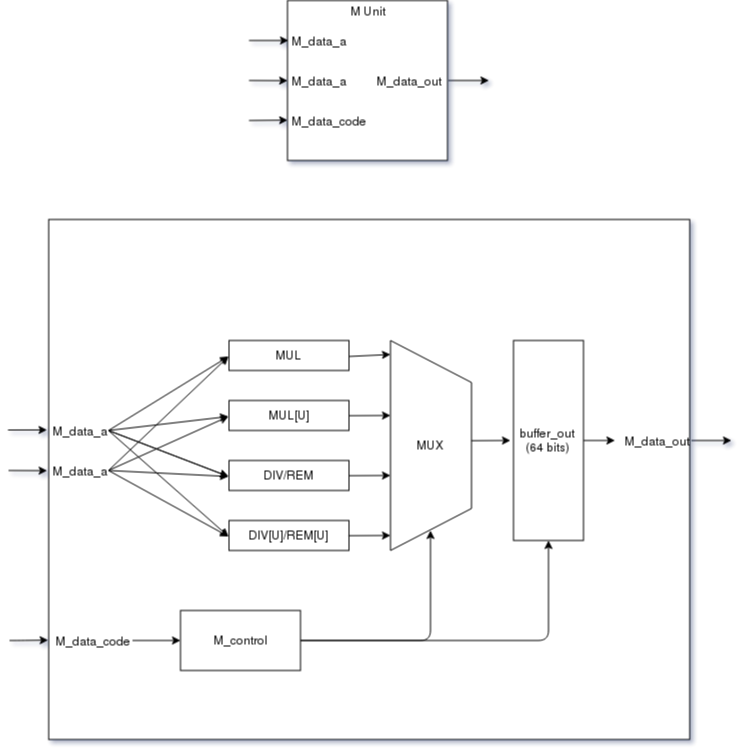
The draw.io diagram M/img/M_unit.png in xtarke/riscv-multicycle, before a commit. Source tidied: cells renumbered, new cells last; positions are measured from the earlier drawing's top-left corner, leaving out a move shared by most shapes.
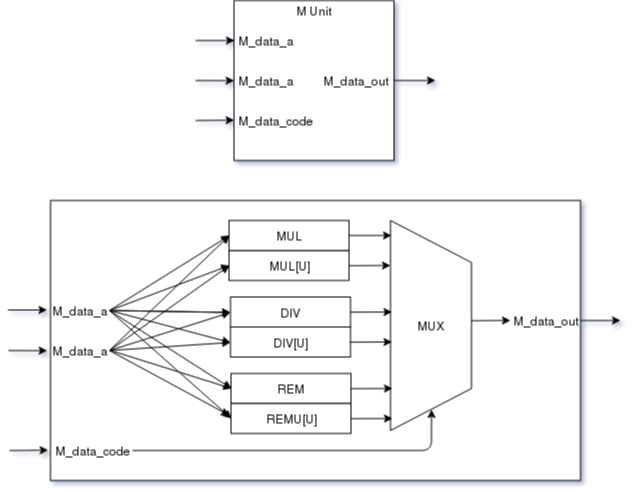
Above is the later version.

The edit, as a diff of the source:
```diff
@@ -3,7 +3,7 @@
     <mxCell id="0" />
     <mxCell id="1" parent="0" />
     <mxCell id="2" style="rounded=0;whiteSpace=wrap;html=1;" parent="1" vertex="1">
-      <mxGeometry x="40.2" y="219" width="641" height="520" as="geometry" />
+      <mxGeometry x="95.5" y="200" width="530" height="280" as="geometry" />
     </mxCell>
     <mxCell id="3" style="whiteSpace=wrap;html=1;" parent="1" vertex="1">
       <mxGeometry x="279" width="160" height="160" as="geometry" />
@@ -45,161 +45,171 @@
         <mxPoint x="480.5" y="80" as="targetPoint" />
       </mxGeometry>
     </mxCell>
-    <mxCell id="13" style="endArrow=classic;html=1;" parent="1" edge="1">
-      <mxGeometry relative="1" as="geometry">
-        <mxPoint x="566.5" y="440" as="sourcePoint" />
-        <mxPoint x="606.5" y="440" as="targetPoint" />
-        <Array as="points">
-          <mxPoint x="566.5" y="440" />
-        </Array>
-      </mxGeometry>
+    <mxCell id="13" value="M_data_code" style="text;html=1;strokeColor=none;fillColor=none;align=center;verticalAlign=middle;whiteSpace=wrap;rounded=0;direction=west;" parent="1" vertex="1">
+      <mxGeometry x="95.5" y="440" width="82" height="20" as="geometry" />
     </mxCell>
-    <mxCell id="14" value="M_data_code" style="text;html=1;strokeColor=none;fillColor=none;align=center;verticalAlign=middle;whiteSpace=wrap;rounded=0;direction=west;" parent="1" vertex="1">
-      <mxGeometry x="42" y="630" width="82" height="20" as="geometry" />
+    <mxCell id="14" style="endArrow=classic;html=1;entryX=-0.002;entryY=0.198;entryDx=0;entryDy=0;entryPerimeter=0;" parent="1" edge="1">
+      <mxGeometry relative="1" as="geometry">
+        <mxPoint x="54.5" y="450" as="sourcePoint" />
+        <mxPoint x="93.2" y="449.7" as="targetPoint" />
+        <Array as="points">
+          <mxPoint x="64.5" y="450" />
+        </Array>
+      </mxGeometry>
     </mxCell>
-    <mxCell id="15" style="endArrow=classic;html=1;entryX=-0.002;entryY=0.198;entryDx=0;entryDy=0;entryPerimeter=0;" parent="1" edge="1">
-      <mxGeometry relative="1" as="geometry">
-        <mxPoint x="1" y="640" as="sourcePoint" />
-        <mxPoint x="39.7" y="639.7" as="targetPoint" />
-        <Array as="points">
-          <mxPoint x="11" y="640" />
-        </Array>
-      </mxGeometry>
+    <mxCell id="15" value="M_data_out" style="text;html=1;strokeColor=none;fillColor=none;align=center;verticalAlign=middle;whiteSpace=wrap;rounded=0;" parent="1" vertex="1">
+      <mxGeometry x="554.5" y="310" width="70" height="20" as="geometry" />
     </mxCell>
-    <mxCell id="16" value="M_data_out" style="text;html=1;strokeColor=none;fillColor=none;align=center;verticalAlign=middle;whiteSpace=wrap;rounded=0;" parent="1" vertex="1">
-      <mxGeometry x="612" y="430" width="70" height="20" as="geometry" />
+    <mxCell id="16" style="endArrow=classic;html=1;exitX=1;exitY=0.5;exitDx=0;exitDy=0;" parent="1" edge="1">
+      <mxGeometry relative="1" as="geometry">
+        <mxPoint x="625.5" y="320" as="sourcePoint" />
+        <mxPoint x="665.5" y="320" as="targetPoint" />
+      </mxGeometry>
     </mxCell>
-    <mxCell id="17" style="endArrow=classic;html=1;exitX=1;exitY=0.5;exitDx=0;exitDy=0;" parent="1" edge="1">
+    <mxCell id="17" style="endArrow=classic;html=1;entryX=0;entryY=0.25;entryDx=0;entryDy=0;" parent="1" edge="1">
       <mxGeometry relative="1" as="geometry">
-        <mxPoint x="683" y="440" as="sourcePoint" />
-        <mxPoint x="723" y="440" as="targetPoint" />
+        <mxPoint x="53" y="309.5" as="sourcePoint" />
+        <mxPoint x="92.1" y="309.4" as="targetPoint" />
       </mxGeometry>
     </mxCell>
-    <mxCell id="18" style="endArrow=classic;html=1;entryX=0;entryY=0.25;entryDx=0;entryDy=0;" parent="1" edge="1">
+    <mxCell id="18" style="endArrow=classic;html=1;entryX=-0.002;entryY=0.198;entryDx=0;entryDy=0;entryPerimeter=0;" parent="1" edge="1">
       <mxGeometry relative="1" as="geometry">
-        <mxPoint x="-0.5" y="429.5" as="sourcePoint" />
-        <mxPoint x="38.6" y="429.4" as="targetPoint" />
+        <mxPoint x="53.5" y="350" as="sourcePoint" />
+        <mxPoint x="92.2" y="350.2" as="targetPoint" />
       </mxGeometry>
     </mxCell>
-    <mxCell id="19" style="endArrow=classic;html=1;entryX=-0.002;entryY=0.198;entryDx=0;entryDy=0;entryPerimeter=0;" parent="1" edge="1">
-      <mxGeometry relative="1" as="geometry">
-        <mxPoint y="470" as="sourcePoint" />
-        <mxPoint x="38.7" y="470.2" as="targetPoint" />
-      </mxGeometry>
+    <mxCell id="19" value="M_data_a" style="text;html=1;strokeColor=none;fillColor=none;align=center;verticalAlign=middle;whiteSpace=wrap;rounded=0;" parent="1" vertex="1">
+      <mxGeometry x="92" y="300" width="62" height="20" as="geometry" />
     </mxCell>
     <mxCell id="20" value="M_data_a" style="text;html=1;strokeColor=none;fillColor=none;align=center;verticalAlign=middle;whiteSpace=wrap;rounded=0;" parent="1" vertex="1">
-      <mxGeometry x="38.5" y="420" width="62" height="20" as="geometry" />
+      <mxGeometry x="92" y="340" width="62" height="20" as="geometry" />
     </mxCell>
-    <mxCell id="21" value="M_data_a" style="text;html=1;strokeColor=none;fillColor=none;align=center;verticalAlign=middle;whiteSpace=wrap;rounded=0;" parent="1" vertex="1">
-      <mxGeometry x="38.5" y="460" width="62" height="20" as="geometry" />
+    <mxCell id="21" value="d" style="group;" parent="1" vertex="1">
+      <mxGeometry x="275.5" y="296.5" width="120" height="30" as="geometry" />
     </mxCell>
-    <mxCell id="22" value="M_control" style="rounded=0;whiteSpace=wrap;html=1;" parent="1" vertex="1">
-      <mxGeometry x="172" y="610" width="120" height="60" as="geometry" />
+    <mxCell id="22" value="DIV" style="rounded=0;whiteSpace=wrap;html=1;" parent="21" vertex="1">
+      <mxGeometry width="120" height="30" as="geometry" />
     </mxCell>
-    <mxCell id="23" style="group;" parent="1" vertex="1">
-      <mxGeometry x="505" y="340" width="96" height="200" as="geometry" />
+    <mxCell id="23" style="endArrow=classic;html=1;entryX=1;entryY=0.5;entryDx=0;entryDy=0;exitX=0;exitY=0.5;exitDx=0;exitDy=0;" parent="1" edge="1" source="13" target="28">
+      <mxGeometry relative="1" as="geometry">
+        <Array as="points">
+          <mxPoint x="325.5" y="450" />
+          <mxPoint x="476.5" y="450" />
+        </Array>
+      </mxGeometry>
     </mxCell>
-    <mxCell id="24" value="buffer_out (64 bits) " style="rounded=0;whiteSpace=wrap;html=1;" parent="23" vertex="1">
-      <mxGeometry width="70" height="200" as="geometry" />
+    <mxCell id="24" style="endArrow=classic;html=1;exitX=1;exitY=0.5;exitDx=0;exitDy=0;entryX=0;entryY=0.5;entryDx=0;entryDy=0;" parent="1" edge="1" source="19" target="34">
+      <mxGeometry relative="1" as="geometry" />
     </mxCell>
-    <mxCell id="25" value="d" style="group;" parent="1" vertex="1">
-      <mxGeometry x="220.5" y="460" width="120" height="30" as="geometry" />
+    <mxCell id="25" style="endArrow=classic;html=1;entryX=0;entryY=0.5;entryDx=0;entryDy=0;exitX=1;exitY=0.5;exitDx=0;exitDy=0;" parent="1" edge="1" source="19" target="22">
+      <mxGeometry relative="1" as="geometry" />
     </mxCell>
-    <mxCell id="26" value="DIV/REM" style="rounded=0;whiteSpace=wrap;html=1;" parent="25" vertex="1">
-      <mxGeometry width="120" height="30" as="geometry" />
+    <mxCell id="26" style="endArrow=classic;html=1;entryX=0;entryY=0.5;entryDx=0;entryDy=0;exitX=1;exitY=0.5;exitDx=0;exitDy=0;" parent="1" edge="1" source="20" target="22">
+      <mxGeometry relative="1" as="geometry" />
     </mxCell>
-    <mxCell id="27" style="endArrow=classic;html=1;entryX=0;entryY=0.5;entryDx=0;entryDy=0;" parent="1" edge="1" source="14" target="22">
+    <mxCell id="27" style="endArrow=classic;html=1;entryX=0;entryY=0.5;entryDx=0;entryDy=0;exitX=1;exitY=0.5;exitDx=0;exitDy=0;" parent="1" edge="1" source="20" target="34">
       <mxGeometry relative="1" as="geometry" />
     </mxCell>
-    <mxCell id="28" style="endArrow=classic;html=1;entryX=1;entryY=0.5;entryDx=0;entryDy=0;exitX=1;exitY=0.5;exitDx=0;exitDy=0;" parent="1" edge="1" source="22" target="33">
-      <mxGeometry relative="1" as="geometry">
-        <Array as="points">
-          <mxPoint x="422" y="640" />
-        </Array>
-      </mxGeometry>
+    <mxCell id="28" value="MUX" style="shape=trapezoid;perimeter=trapezoidPerimeter;whiteSpace=wrap;html=1;fontSize=12;direction=south;" parent="1" vertex="1">
+      <mxGeometry x="435.5" y="220" width="81" height="210" as="geometry" />
     </mxCell>
-    <mxCell id="29" style="endArrow=classic;html=1;exitX=1;exitY=0.5;exitDx=0;exitDy=0;entryX=0;entryY=0.5;entryDx=0;entryDy=0;" parent="1" edge="1" source="20" target="39">
-      <mxGeometry relative="1" as="geometry" />
+    <mxCell id="29" style="group;" parent="1" vertex="1">
+      <mxGeometry x="275.5" y="326.5" width="120" height="30" as="geometry" />
     </mxCell>
-    <mxCell id="30" style="endArrow=classic;html=1;entryX=0;entryY=0.5;entryDx=0;entryDy=0;exitX=1;exitY=0.5;exitDx=0;exitDy=0;" parent="1" edge="1" source="20" target="26">
-      <mxGeometry relative="1" as="geometry" />
+    <mxCell id="30" value="DIV[U]" style="rounded=0;whiteSpace=wrap;html=1;" parent="29" vertex="1">
+      <mxGeometry width="120" height="30" as="geometry" />
     </mxCell>
-    <mxCell id="31" style="endArrow=classic;html=1;entryX=0;entryY=0.5;entryDx=0;entryDy=0;exitX=1;exitY=0.5;exitDx=0;exitDy=0;" parent="1" edge="1" source="21" target="26">
-      <mxGeometry relative="1" as="geometry" />
+    <mxCell id="31" style="group;" parent="1" vertex="1">
+      <mxGeometry x="274" y="250" width="120" height="30" as="geometry" />
     </mxCell>
-    <mxCell id="32" style="endArrow=classic;html=1;entryX=0;entryY=0.5;entryDx=0;entryDy=0;exitX=1;exitY=0.5;exitDx=0;exitDy=0;" parent="1" edge="1" source="21" target="39">
-      <mxGeometry relative="1" as="geometry" />
+    <mxCell id="32" value="MUL[U]" style="rounded=0;whiteSpace=wrap;html=1;" parent="31" vertex="1">
+      <mxGeometry width="120" height="30" as="geometry" />
     </mxCell>
-    <mxCell id="33" value="MUX" style="shape=trapezoid;perimeter=trapezoidPerimeter;whiteSpace=wrap;html=1;fontSize=12;direction=south;" parent="1" vertex="1">
-      <mxGeometry x="382" y="340" width="81" height="210" as="geometry" />
+    <mxCell id="33" style="group;" parent="1" vertex="1">
+      <mxGeometry x="274" y="220" width="120" height="30" as="geometry" />
     </mxCell>
-    <mxCell id="34" style="group;" parent="1" vertex="1">
-      <mxGeometry x="220.5" y="520" width="120" height="30" as="geometry" />
+    <mxCell id="34" value="MUL" style="rounded=0;whiteSpace=wrap;html=1;" parent="33" vertex="1">
+      <mxGeometry width="120" height="30" as="geometry" />
     </mxCell>
-    <mxCell id="35" value="DIV[U]/REM[U]" style="rounded=0;whiteSpace=wrap;html=1;" parent="34" vertex="1">
-      <mxGeometry width="120" height="30" as="geometry" />
+    <mxCell id="35" style="endArrow=classic;html=1;entryX=0;entryY=0.5;entryDx=0;entryDy=0;exitX=1;exitY=0.5;exitDx=0;exitDy=0;" parent="1" edge="1" source="19" target="32">
+      <mxGeometry relative="1" as="geometry" />
     </mxCell>
-    <mxCell id="36" style="group;" parent="1" vertex="1">
-      <mxGeometry x="220.5" y="400" width="120" height="30" as="geometry" />
+    <mxCell id="36" style="endArrow=classic;html=1;entryX=0;entryY=0.5;entryDx=0;entryDy=0;exitX=1;exitY=0.5;exitDx=0;exitDy=0;" parent="1" edge="1" source="19" target="22">
+      <mxGeometry relative="1" as="geometry" />
     </mxCell>
-    <mxCell id="37" value="MUL[U]" style="rounded=0;whiteSpace=wrap;html=1;" parent="36" vertex="1">
-      <mxGeometry width="120" height="30" as="geometry" />
+    <mxCell id="37" style="endArrow=classic;html=1;entryX=0;entryY=0.5;entryDx=0;entryDy=0;exitX=1;exitY=0.5;exitDx=0;exitDy=0;" parent="1" edge="1" source="20" target="32">
+      <mxGeometry relative="1" as="geometry" />
     </mxCell>
-    <mxCell id="38" style="group;" parent="1" vertex="1">
-      <mxGeometry x="220.5" y="340" width="120" height="30" as="geometry" />
+    <mxCell id="38" style="endArrow=classic;html=1;entryX=0;entryY=0.5;entryDx=0;entryDy=0;exitX=1;exitY=0.5;exitDx=0;exitDy=0;" parent="1" edge="1" source="19" target="30">
+      <mxGeometry relative="1" as="geometry" />
     </mxCell>
-    <mxCell id="39" value="MUL" style="rounded=0;whiteSpace=wrap;html=1;" parent="38" vertex="1">
-      <mxGeometry width="120" height="30" as="geometry" />
+    <mxCell id="39" style="endArrow=classic;html=1;entryX=0;entryY=0.5;entryDx=0;entryDy=0;exitX=1;exitY=0.5;exitDx=0;exitDy=0;" parent="1" edge="1" source="20" target="30">
+      <mxGeometry relative="1" as="geometry" />
     </mxCell>
-    <mxCell id="40" style="endArrow=classic;html=1;entryX=0;entryY=0.5;entryDx=0;entryDy=0;exitX=1;exitY=0.5;exitDx=0;exitDy=0;" parent="1" edge="1" source="20" target="37">
+    <mxCell id="40" style="endArrow=classic;html=1;fontSize=12;entryX=0.071;entryY=0.993;entryDx=0;entryDy=0;entryPerimeter=0;exitX=1;exitY=0.5;exitDx=0;exitDy=0;" parent="1" edge="1" source="34" target="28">
       <mxGeometry relative="1" as="geometry" />
     </mxCell>
-    <mxCell id="41" style="endArrow=classic;html=1;entryX=0;entryY=0.5;entryDx=0;entryDy=0;exitX=1;exitY=0.5;exitDx=0;exitDy=0;" parent="1" edge="1" source="20" target="26">
-      <mxGeometry relative="1" as="geometry" />
+    <mxCell id="41" style="endArrow=classic;html=1;fontSize=12;exitX=1;exitY=0.5;exitDx=0;exitDy=0;" parent="1" edge="1">
+      <mxGeometry relative="1" as="geometry">
+        <mxPoint x="393.9" y="265.2" as="sourcePoint" />
+        <mxPoint x="435.5" y="265" as="targetPoint" />
+      </mxGeometry>
     </mxCell>
-    <mxCell id="42" style="endArrow=classic;html=1;entryX=0;entryY=0.5;entryDx=0;entryDy=0;exitX=1;exitY=0.5;exitDx=0;exitDy=0;" parent="1" edge="1" source="21" target="37">
-      <mxGeometry relative="1" as="geometry" />
+    <mxCell id="42" style="endArrow=classic;html=1;fontSize=12;exitX=1;exitY=0.5;exitDx=0;exitDy=0;" parent="1" edge="1">
+      <mxGeometry relative="1" as="geometry">
+        <mxPoint x="395.4" y="311.7" as="sourcePoint" />
+        <mxPoint x="437" y="311.5" as="targetPoint" />
+      </mxGeometry>
     </mxCell>
-    <mxCell id="43" style="endArrow=classic;html=1;entryX=0;entryY=0.5;entryDx=0;entryDy=0;exitX=1;exitY=0.5;exitDx=0;exitDy=0;" parent="1" edge="1" source="20" target="35">
-      <mxGeometry relative="1" as="geometry" />
+    <mxCell id="43" style="endArrow=classic;html=1;fontSize=12;exitX=1;exitY=0.5;exitDx=0;exitDy=0;" parent="1" edge="1">
+      <mxGeometry relative="1" as="geometry">
+        <mxPoint x="394.9" y="341.7" as="sourcePoint" />
+        <mxPoint x="437" y="341.5" as="targetPoint" />
+      </mxGeometry>
     </mxCell>
-    <mxCell id="44" style="endArrow=classic;html=1;entryX=0;entryY=0.5;entryDx=0;entryDy=0;exitX=1;exitY=0.5;exitDx=0;exitDy=0;" parent="1" edge="1" source="21" target="35">
-      <mxGeometry relative="1" as="geometry" />
+    <mxCell id="44" style="endArrow=classic;html=1;fontSize=12;exitX=1;exitY=0.5;exitDx=0;exitDy=0;" parent="1" edge="1">
+      <mxGeometry relative="1" as="geometry">
+        <mxPoint x="516.4" y="320.2" as="sourcePoint" />
+        <mxPoint x="555.5" y="320" as="targetPoint" />
+      </mxGeometry>
     </mxCell>
-    <mxCell id="45" style="endArrow=classic;html=1;fontSize=12;entryX=0.071;entryY=0.993;entryDx=0;entryDy=0;entryPerimeter=0;exitX=1;exitY=0.5;exitDx=0;exitDy=0;" parent="1" edge="1" source="39" target="33">
-      <mxGeometry relative="1" as="geometry" />
+    <mxCell id="45" style="group;" parent="1" vertex="1">
+      <mxGeometry x="276" y="373" width="120" height="30" as="geometry" />
     </mxCell>
-    <mxCell id="46" style="endArrow=classic;html=1;fontSize=12;exitX=1;exitY=0.5;exitDx=0;exitDy=0;" parent="1" edge="1">
-      <mxGeometry relative="1" as="geometry">
-        <mxPoint x="340.4" y="415.2" as="sourcePoint" />
-        <mxPoint x="382" y="415" as="targetPoint" />
-      </mxGeometry>
+    <mxCell id="46" value="REM" style="rounded=0;whiteSpace=wrap;html=1;" parent="45" vertex="1">
+      <mxGeometry width="120" height="30" as="geometry" />
     </mxCell>
     <mxCell id="47" style="endArrow=classic;html=1;fontSize=12;exitX=1;exitY=0.5;exitDx=0;exitDy=0;" parent="1" edge="1">
       <mxGeometry relative="1" as="geometry">
-        <mxPoint x="340.4" y="475.2" as="sourcePoint" />
-        <mxPoint x="382" y="475" as="targetPoint" />
+        <mxPoint x="395.4" y="388.2" as="sourcePoint" />
+        <mxPoint x="437.5" y="388" as="targetPoint" />
       </mxGeometry>
     </mxCell>
-    <mxCell id="48" style="endArrow=classic;html=1;fontSize=12;exitX=1;exitY=0.5;exitDx=0;exitDy=0;" parent="1" edge="1">
-      <mxGeometry relative="1" as="geometry">
-        <mxPoint x="339.9" y="535.2" as="sourcePoint" />
-        <mxPoint x="382" y="535" as="targetPoint" />
-      </mxGeometry>
+    <mxCell id="48" style="group;" parent="1" vertex="1">
+      <mxGeometry x="276" y="403" width="120" height="30" as="geometry" />
     </mxCell>
-    <mxCell id="49" style="endArrow=classic;html=1;fontSize=12;exitX=1;exitY=0.5;exitDx=0;exitDy=0;" parent="1" edge="1">
-      <mxGeometry relative="1" as="geometry">
-        <mxPoint x="462.9" y="440.2" as="sourcePoint" />
-        <mxPoint x="502" y="440" as="targetPoint" />
-      </mxGeometry>
+    <mxCell id="49" value="REMU[U]" style="rounded=0;whiteSpace=wrap;html=1;" parent="48" vertex="1">
+      <mxGeometry width="120" height="30" as="geometry" />
     </mxCell>
-    <mxCell id="50" style="endArrow=classic;html=1;entryX=1;entryY=0.5;entryDx=0;entryDy=0;exitX=1;exitY=0.5;exitDx=0;exitDy=0;" parent="1" edge="1" source="22">
+    <mxCell id="50" style="endArrow=classic;html=1;fontSize=12;exitX=1;exitY=0.5;exitDx=0;exitDy=0;" parent="1" edge="1">
       <mxGeometry relative="1" as="geometry">
-        <mxPoint x="540" y="540" as="targetPoint" />
-        <Array as="points">
-          <mxPoint x="540" y="640" />
-        </Array>
+        <mxPoint x="395.4" y="418.2" as="sourcePoint" />
+        <mxPoint x="437.5" y="418" as="targetPoint" />
       </mxGeometry>
     </mxCell>
+    <mxCell id="51" style="endArrow=classic;html=1;entryX=0;entryY=0.5;entryDx=0;entryDy=0;exitX=1;exitY=0.5;exitDx=0;exitDy=0;" parent="1" edge="1" source="19" target="46">
+      <mxGeometry relative="1" as="geometry" />
+    </mxCell>
+    <mxCell id="52" style="endArrow=classic;html=1;entryX=0;entryY=0.5;entryDx=0;entryDy=0;" parent="1" edge="1" target="46">
+      <mxGeometry relative="1" as="geometry">
+        <mxPoint x="155.5" y="350" as="sourcePoint" />
+      </mxGeometry>
+    </mxCell>
+    <mxCell id="53" style="endArrow=classic;html=1;entryX=0;entryY=0.5;entryDx=0;entryDy=0;exitX=1;exitY=0.5;exitDx=0;exitDy=0;" parent="1" edge="1" source="19" target="49">
+      <mxGeometry relative="1" as="geometry" />
+    </mxCell>
+    <mxCell id="54" style="endArrow=classic;html=1;entryX=-0.014;entryY=0.4;entryDx=0;entryDy=0;exitX=1;exitY=0.5;exitDx=0;exitDy=0;entryPerimeter=0;" parent="1" edge="1" source="20" target="49">
+      <mxGeometry relative="1" as="geometry" />
+    </mxCell>
   </root>
 </mxGraphModel>
```
